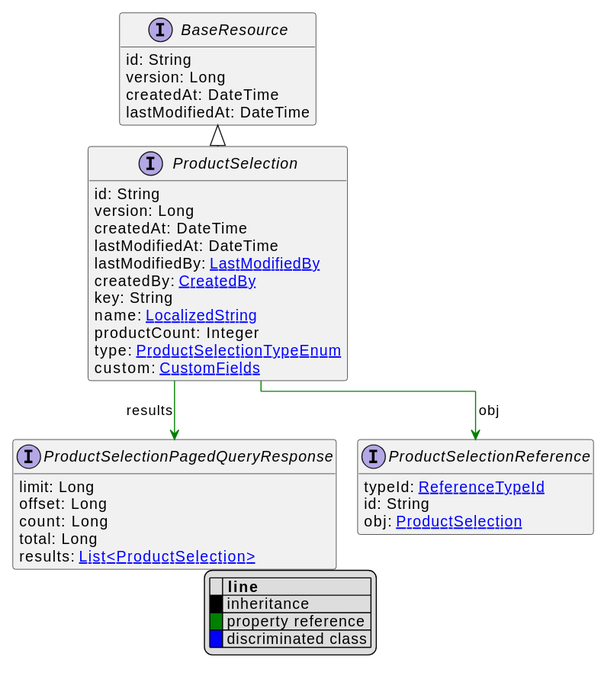
This is uml/api/svg/ProductSelection.svg from commercetools/commercetools-api-reference, a PlantUML export, as it was before one commit.
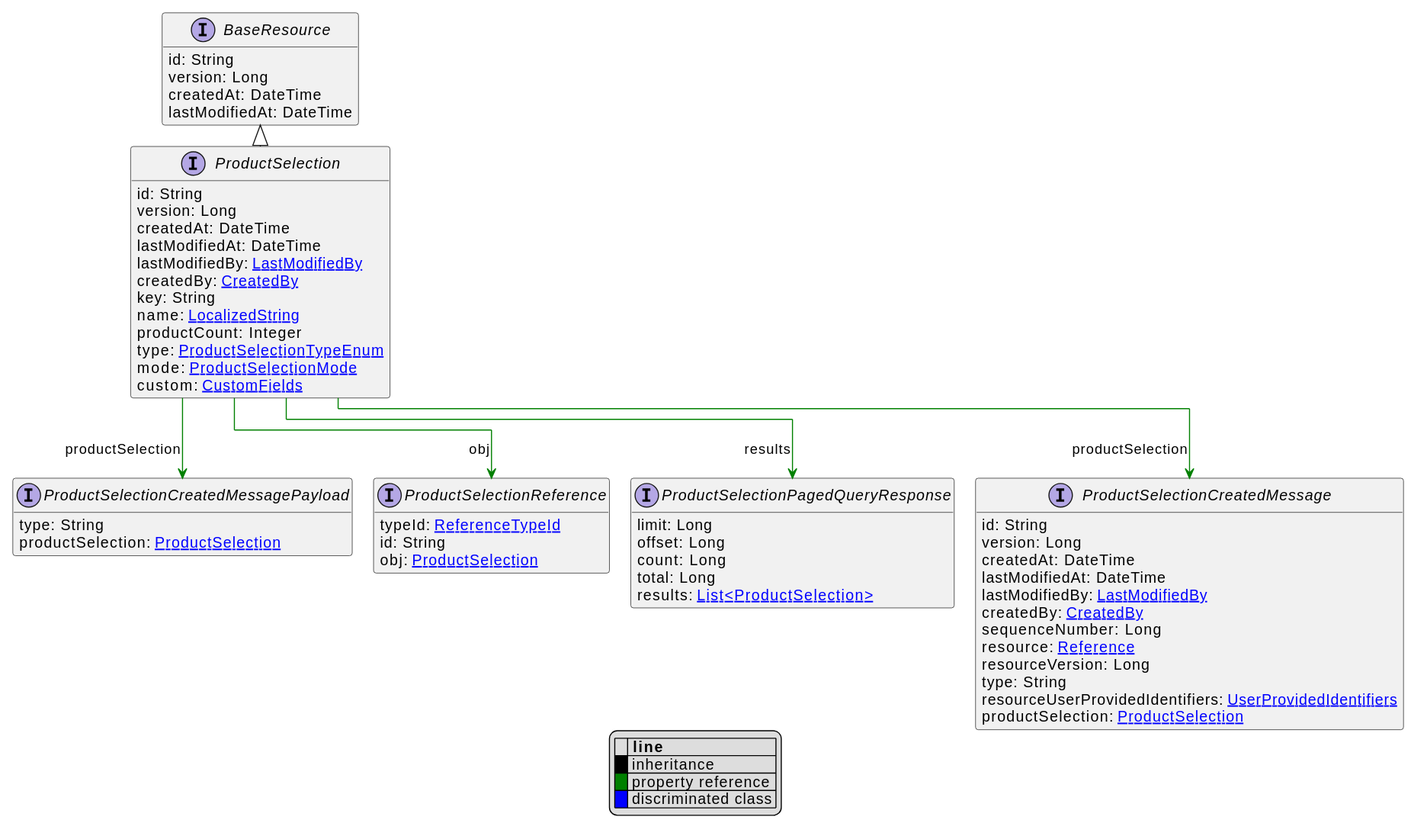
After the commit.

Change to the diagram source:
```diff
@@ -19,6 +19,7 @@
     name: [[LocalizedString.svg LocalizedString]]
     productCount: Integer
     type: [[ProductSelectionTypeEnum.svg ProductSelectionTypeEnum]]
+    mode: [[ProductSelectionMode.svg ProductSelectionMode]]
     custom: [[CustomFields.svg CustomFields]]
 }
 interface BaseResource [[BaseResource.svg]]  {
@@ -36,6 +37,24 @@
     total: Long
     results: [[ProductSelection.svg List<ProductSelection>]]
 }
+interface ProductSelectionCreatedMessage [[ProductSelectionCreatedMessage.svg]]  {
+    id: String
+    version: Long
+    createdAt: DateTime
+    lastModifiedAt: DateTime
+    lastModifiedBy: [[LastModifiedBy.svg LastModifiedBy]]
+    createdBy: [[CreatedBy.svg CreatedBy]]
+    sequenceNumber: Long
+    resource: [[Reference.svg Reference]]
+    resourceVersion: Long
+    type: String
+    resourceUserProvidedIdentifiers: [[UserProvidedIdentifiers.svg UserProvidedIdentifiers]]
+    productSelection: [[ProductSelection.svg ProductSelection]]
+}
+interface ProductSelectionCreatedMessagePayload [[ProductSelectionCreatedMessagePayload.svg]]  {
+    type: String
+    productSelection: [[ProductSelection.svg ProductSelection]]
+}
 interface ProductSelectionReference [[ProductSelectionReference.svg]]  {
     typeId: [[ReferenceTypeId.svg ReferenceTypeId]]
     id: String
@@ -43,5 +62,7 @@
 }
 
 ProductSelection --> ProductSelectionPagedQueryResponse #green;text:green : "results"
+ProductSelection --> ProductSelectionCreatedMessage #green;text:green : "productSelection"
+ProductSelection --> ProductSelectionCreatedMessagePayload #green;text:green : "productSelection"
 ProductSelection --> ProductSelectionReference #green;text:green : "obj"
 @enduml
```
